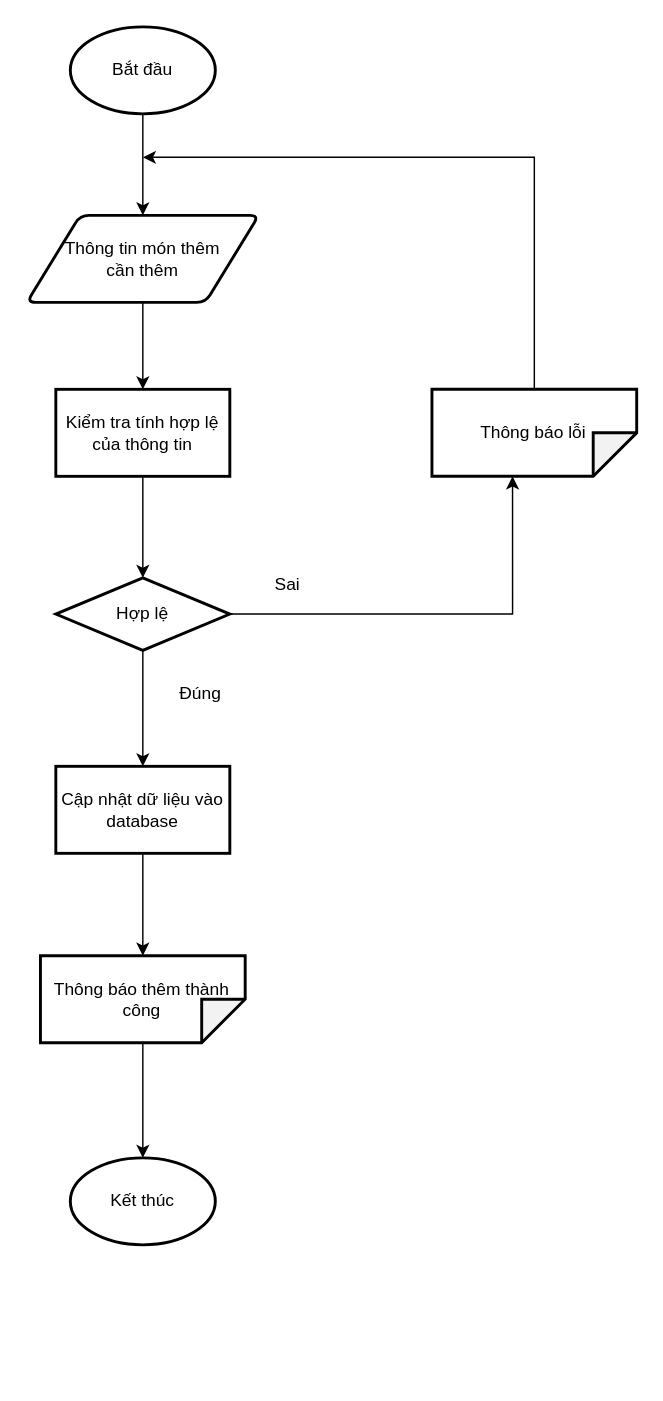
hungtadasuke/CoffeShop_SoftwareTechnology keeps this draw.io diagram as BRD_PRD/PRD/drawio flow 2/flowTHEMMONTHEM.drawio. Above is the earlier version. Source tidied: cells renumbered, new cells numbered last; positions are measured from the earlier drawing's top-left corner, leaving out a move shared by most shapes. Both pictures are drawn from the tidied source at 145%, with x=0, y=0 at pixel (26, 26).
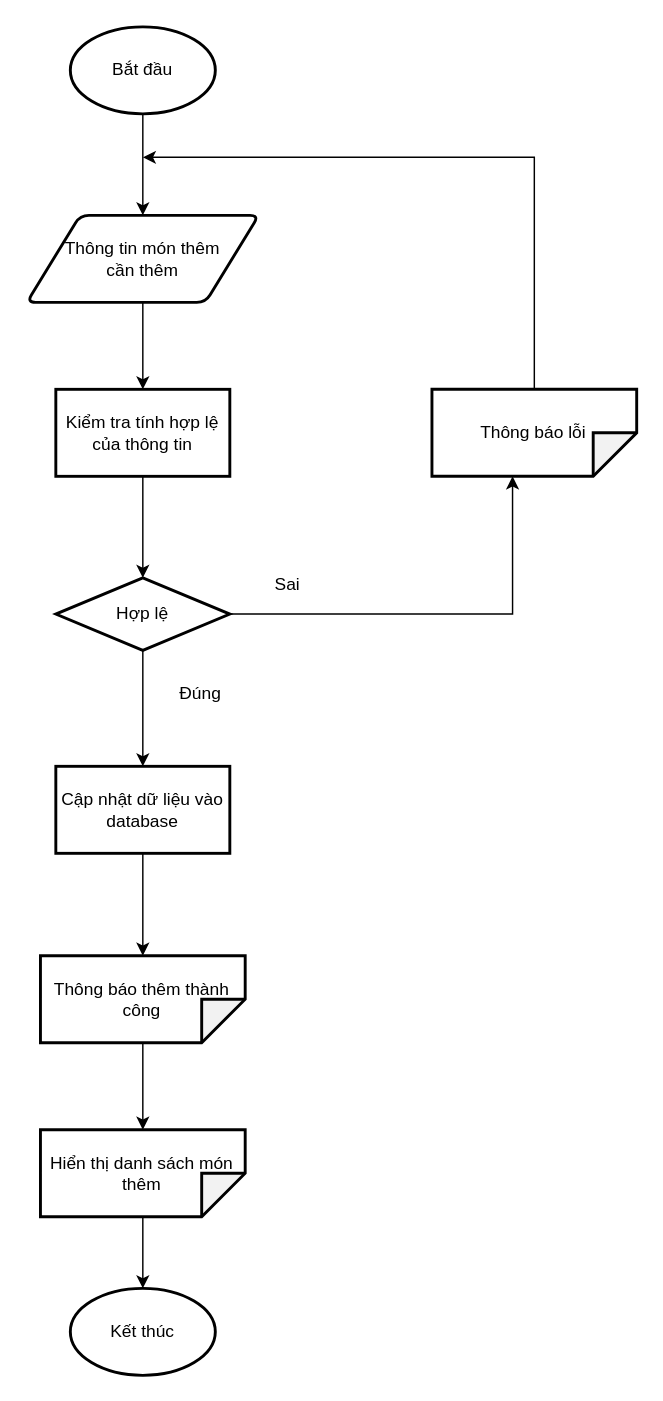
The same diagram, later.

The change refers to these unchanged cells:
```xml
<mxCell id="17" value="Thông báo thêm thành công" style="shape=note;whiteSpace=wrap;html=1;backgroundOutline=1;darkOpacity=0.05;strokeWidth=2;rotation=90;spacing=2;labelBorderColor=none;fontColor=default;verticalAlign=middle;horizontal=0;" parent="1" vertex="1">
  <mxGeometry x="50" y="600" width="60" height="141.2" as="geometry" />
</mxCell>
```

The edit, as a diff of the source:
```diff
@@
     <mxCell id="4" value="Kết thúc" style="strokeWidth=2;html=1;shape=mxgraph.flowchart.start_1;whiteSpace=wrap;" parent="1" vertex="1">
-      <mxGeometry x="30" y="780" width="100" height="60" as="geometry" />
+      <mxGeometry x="30" y="870" width="100" height="60" as="geometry" />
     </mxCell>
@@
-    <mxCell id="16" style="edgeStyle=orthogonalEdgeStyle;rounded=0;jettySize=auto;html=1;" parent="1" edge="1" source="17" target="4">
+    <mxCell id="16" style="edgeStyle=orthogonalEdgeStyle;rounded=0;jettySize=auto;html=1;startArrow=none;" parent="1" edge="1" source="20" target="4">
       <mxGeometry relative="1" as="geometry" />
     </mxCell>
@@
+    <mxCell id="20" value="Hiển thị danh sách món thêm" style="shape=note;whiteSpace=wrap;html=1;backgroundOutline=1;darkOpacity=0.05;strokeWidth=2;rotation=90;spacing=2;labelBorderColor=none;fontColor=default;verticalAlign=middle;horizontal=0;" parent="1" vertex="1">
+      <mxGeometry x="50" y="720" width="60" height="141.2" as="geometry" />
+    </mxCell>
+    <mxCell id="21" style="edgeStyle=orthogonalEdgeStyle;rounded=0;jettySize=auto;html=1;endArrow=classic;endFill=1;" parent="1" edge="1" source="17" target="20">
+      <mxGeometry relative="1" as="geometry" />
+    </mxCell>
```
